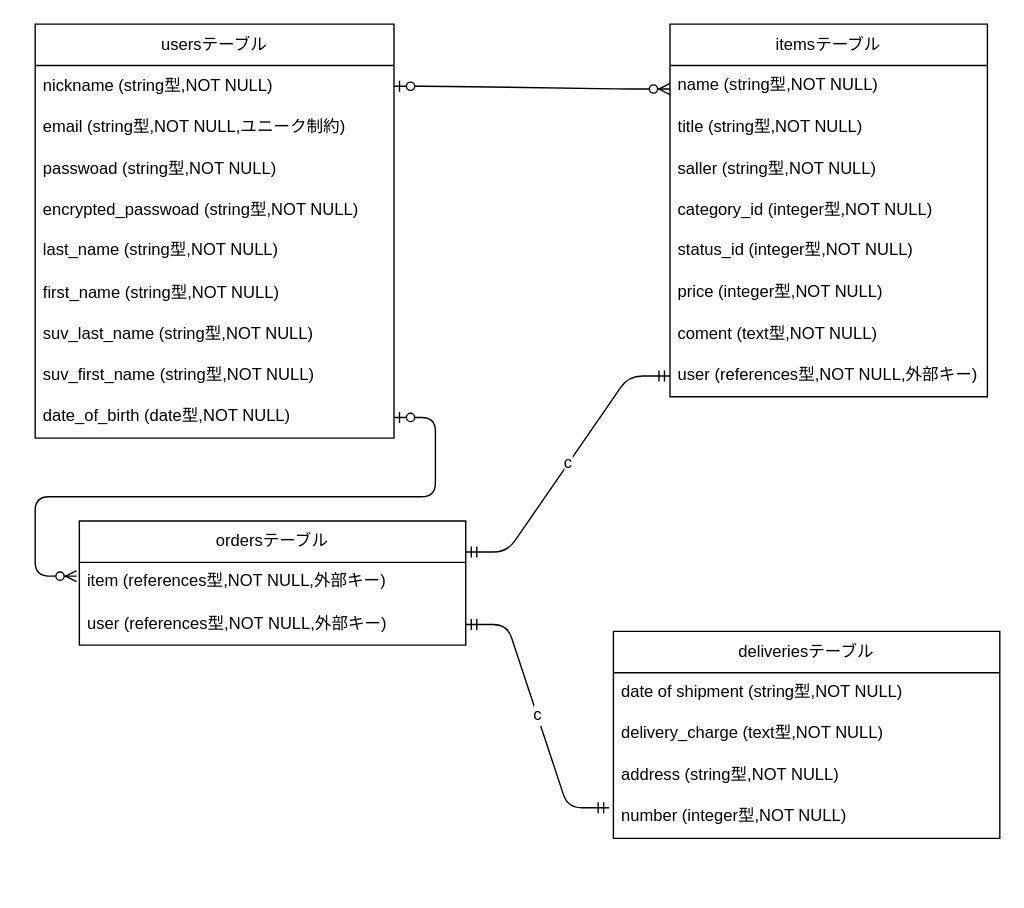
This is furima.dio from koharayuki/furima-39296, a draw.io file, before an edit. Source tidied: cells renumbered, new cells numbered last; positions are measured from the earlier drawing's top-left corner, leaving out a move shared by most shapes. Both pictures are drawn from the tidied source at 138%, with x=0, y=0 at pixel (34, 23).
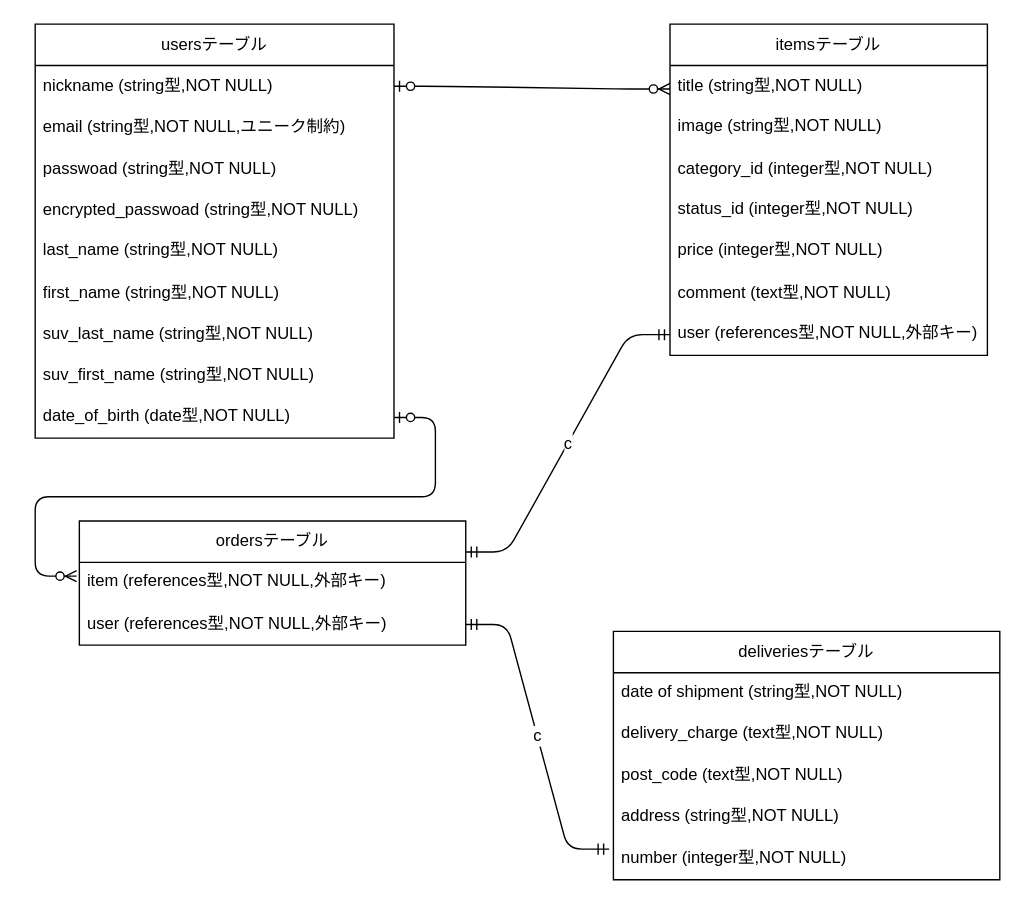
Above is the later version.

Commit message (it also covers changes not shown here):
コメントの修正②

Change to the diagram source:
```diff
@@
     <mxCell id="12" value="itemsテーブル" style="swimlane;fontStyle=0;horizontal=1;startSize=30;whiteSpace=wrap;html=1;" parent="1" vertex="1">
-      <mxGeometry x="460" width="230" height="270" as="geometry" />
+      <mxGeometry x="460" width="230" height="240" as="geometry" />
     </mxCell>
-    <mxCell id="13" value="name (string型,NOT NULL)" style="text;strokeColor=none;fillColor=none;spacingLeft=4;spacingRight=4;overflow=hidden;fontSize=12;" parent="12" vertex="1">
-      <mxGeometry y="30" width="230" height="30" as="geometry" />
-    </mxCell>
     <mxCell id="14" value="title (string型,NOT NULL)" style="text;strokeColor=none;fillColor=none;align=left;verticalAlign=middle;spacingLeft=4;spacingRight=4;overflow=hidden;whiteSpace=wrap;html=1;" parent="12" vertex="1">
-      <mxGeometry y="60" width="230" height="30" as="geometry" />
+      <mxGeometry y="30" width="230" height="30" as="geometry" />
     </mxCell>
-    <mxCell id="15" value="saller (string型,NOT NULL)" style="text;strokeColor=none;fillColor=none;align=left;verticalAlign=middle;spacingLeft=4;spacingRight=4;overflow=hidden;whiteSpace=wrap;html=1;" parent="12" vertex="1">
-      <mxGeometry y="90" width="230" height="30" as="geometry" />
-    </mxCell>
+    <mxCell id="33" value="image (string型,NOT NULL)" style="text;strokeColor=none;fillColor=none;spacingLeft=4;spacingRight=4;overflow=hidden;fontSize=12;" parent="12" vertex="1">
+      <mxGeometry y="60" width="230" height="30" as="geometry" />
+    </mxCell>
     <mxCell id="16" value="&lt;span style=&quot;&quot;&gt;category_id&lt;/span&gt;&amp;nbsp;(integer型,NOT NULL)" style="text;strokeColor=none;fillColor=none;align=left;verticalAlign=middle;spacingLeft=4;spacingRight=4;overflow=hidden;whiteSpace=wrap;html=1;" parent="12" vertex="1">
-      <mxGeometry y="120" width="230" height="30" as="geometry" />
+      <mxGeometry y="90" width="230" height="30" as="geometry" />
     </mxCell>
     <mxCell id="17" value="status_id (integer型,NOT NULL)" style="text;strokeColor=none;fillColor=none;spacingLeft=4;spacingRight=4;overflow=hidden;fontSize=12;" parent="12" vertex="1">
-      <mxGeometry y="150" width="230" height="30" as="geometry" />
+      <mxGeometry y="120" width="230" height="30" as="geometry" />
     </mxCell>
     <mxCell id="18" value="price (integer型,NOT NULL)" style="text;strokeColor=none;fillColor=none;spacingLeft=4;spacingRight=4;overflow=hidden;fontSize=12;" parent="12" vertex="1">
-      <mxGeometry y="180" width="230" height="30" as="geometry" />
+      <mxGeometry y="150" width="230" height="30" as="geometry" />
     </mxCell>
-    <mxCell id="19" value="coment (text型,NOT NULL)" style="text;strokeColor=none;fillColor=none;align=left;verticalAlign=middle;spacingLeft=4;spacingRight=4;overflow=hidden;whiteSpace=wrap;html=1;" parent="12" vertex="1">
-      <mxGeometry y="210" width="230" height="30" as="geometry" />
+    <mxCell id="19" value="comment (text型,NOT NULL)" style="text;strokeColor=none;fillColor=none;align=left;verticalAlign=middle;spacingLeft=4;spacingRight=4;overflow=hidden;whiteSpace=wrap;html=1;" parent="12" vertex="1">
+      <mxGeometry y="180" width="230" height="30" as="geometry" />
     </mxCell>
     <mxCell id="20" value="user (references型,NOT NULL,外部キー)" style="text;strokeColor=none;fillColor=none;spacingLeft=4;spacingRight=4;overflow=hidden;points=[[0,0.5],[1,0.5]];portConstraint=eastwest;fontSize=12;" parent="12" vertex="1">
-      <mxGeometry y="240" width="230" height="30" as="geometry" />
+      <mxGeometry y="210" width="230" height="30" as="geometry" />
     </mxCell>
@@
     <mxCell id="25" value="deliveriesテーブル" style="swimlane;fontStyle=0;horizontal=1;startSize=30;whiteSpace=wrap;html=1;" parent="1" vertex="1">
-      <mxGeometry x="419" y="440" width="280" height="150" as="geometry" />
+      <mxGeometry x="419" y="440" width="280" height="180" as="geometry" />
     </mxCell>
@@
+    <mxCell id="34" value="post_code (text型,NOT NULL)" style="text;strokeColor=none;fillColor=none;spacingLeft=4;spacingRight=4;overflow=hidden;fontSize=12;" parent="25" vertex="1">
+      <mxGeometry y="90" width="280" height="30" as="geometry" />
+    </mxCell>
     <mxCell id="28" value="address (string型,NOT NULL)" style="text;strokeColor=none;fillColor=none;spacingLeft=4;spacingRight=4;overflow=hidden;fontSize=12;" parent="25" vertex="1">
-      <mxGeometry y="90" width="280" height="30" as="geometry" />
+      <mxGeometry y="120" width="280" height="30" as="geometry" />
     </mxCell>
     <mxCell id="29" value="number (integer型,NOT NULL)" style="text;strokeColor=none;fillColor=none;spacingLeft=4;spacingRight=4;overflow=hidden;points=[[0,0.5],[1,0.5]];portConstraint=eastwest;fontSize=12;" parent="25" vertex="1">
-      <mxGeometry y="120" width="280" height="30" as="geometry" />
+      <mxGeometry y="150" width="280" height="30" as="geometry" />
     </mxCell>
```
